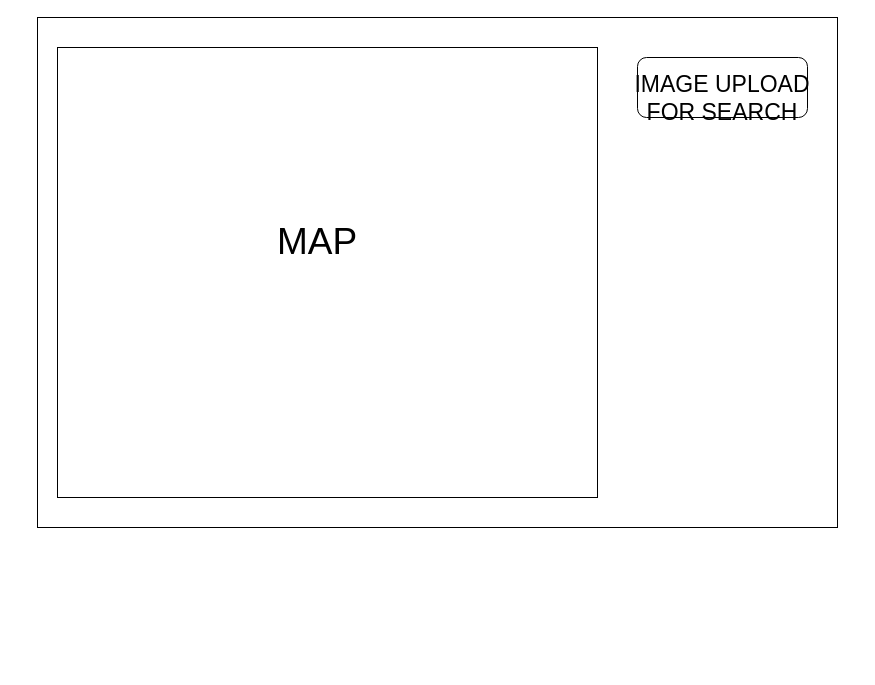
Earlier version of the draw.io diagram page "Page-1" (1 of 2) of Untitled Diagram.drawio (Vaikulkarni/Personal-Budgeting-Tool). Source tidied: cells renumbered, new cells numbered last; positions are measured from the earlier drawing's top-left corner, leaving out a move shared by most shapes. Both pictures are drawn from the tidied source at 100%, with x=0, y=0 at pixel (37, 17).
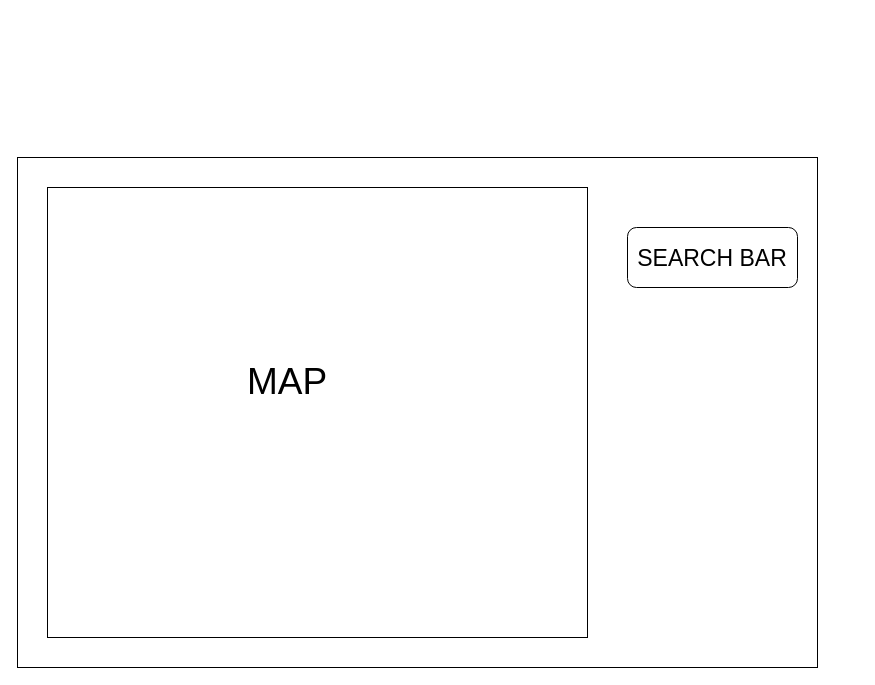
After the change.

The edit, as a diff of the source:
```diff
@@
 <mxGraphModel>
   <root>
     <mxCell id="0" />
     <mxCell id="1" parent="0" />
     <mxCell id="2" style="rounded=0;whiteSpace=wrap;html=1;" parent="1" vertex="1">
-      <mxGeometry width="800" height="510" as="geometry" />
+      <mxGeometry x="-20" y="140" width="800" height="510" as="geometry" />
     </mxCell>
     <mxCell id="3" style="rounded=0;whiteSpace=wrap;html=1;" parent="1" vertex="1">
-      <mxGeometry x="20" y="30" width="540" height="450" as="geometry" />
+      <mxGeometry x="10" y="170" width="540" height="450" as="geometry" />
     </mxCell>
     <mxCell id="4" value="&lt;font style=&quot;font-size: 37px;&quot;&gt;MAP&lt;/font&gt;" style="text;html=1;strokeColor=none;fillColor=none;align=center;verticalAlign=middle;whiteSpace=wrap;rounded=0;" parent="1" vertex="1">
-      <mxGeometry x="250" y="210" width="60" height="30" as="geometry" />
+      <mxGeometry x="220" y="350" width="60" height="30" as="geometry" />
     </mxCell>
     <mxCell id="5" style="rounded=1;whiteSpace=wrap;html=1;" parent="1" vertex="1">
-      <mxGeometry x="600" y="40" width="170" height="60" as="geometry" />
+      <mxGeometry x="590" y="210" width="170" height="60" as="geometry" />
     </mxCell>
-    <mxCell id="6" value="&lt;font style=&quot;font-size: 23px;&quot;&gt;IMAGE UPLOAD&lt;br style=&quot;border-color: var(--border-color);&quot;&gt;FOR SEARCH&lt;/font&gt;" style="text;html=1;strokeColor=none;fillColor=none;align=center;verticalAlign=middle;whiteSpace=wrap;rounded=0;" parent="1" vertex="1">
-      <mxGeometry x="550" y="30" width="270" height="102.5" as="geometry" />
+    <mxCell id="6" value="&lt;span style=&quot;font-size: 23px;&quot;&gt;SEARCH BAR&lt;/span&gt;" style="text;html=1;strokeColor=none;fillColor=none;align=center;verticalAlign=middle;whiteSpace=wrap;rounded=0;" parent="1" vertex="1">
+      <mxGeometry x="540" y="190" width="270" height="102.5" as="geometry" />
     </mxCell>
   </root>
 </mxGraphModel>
```
